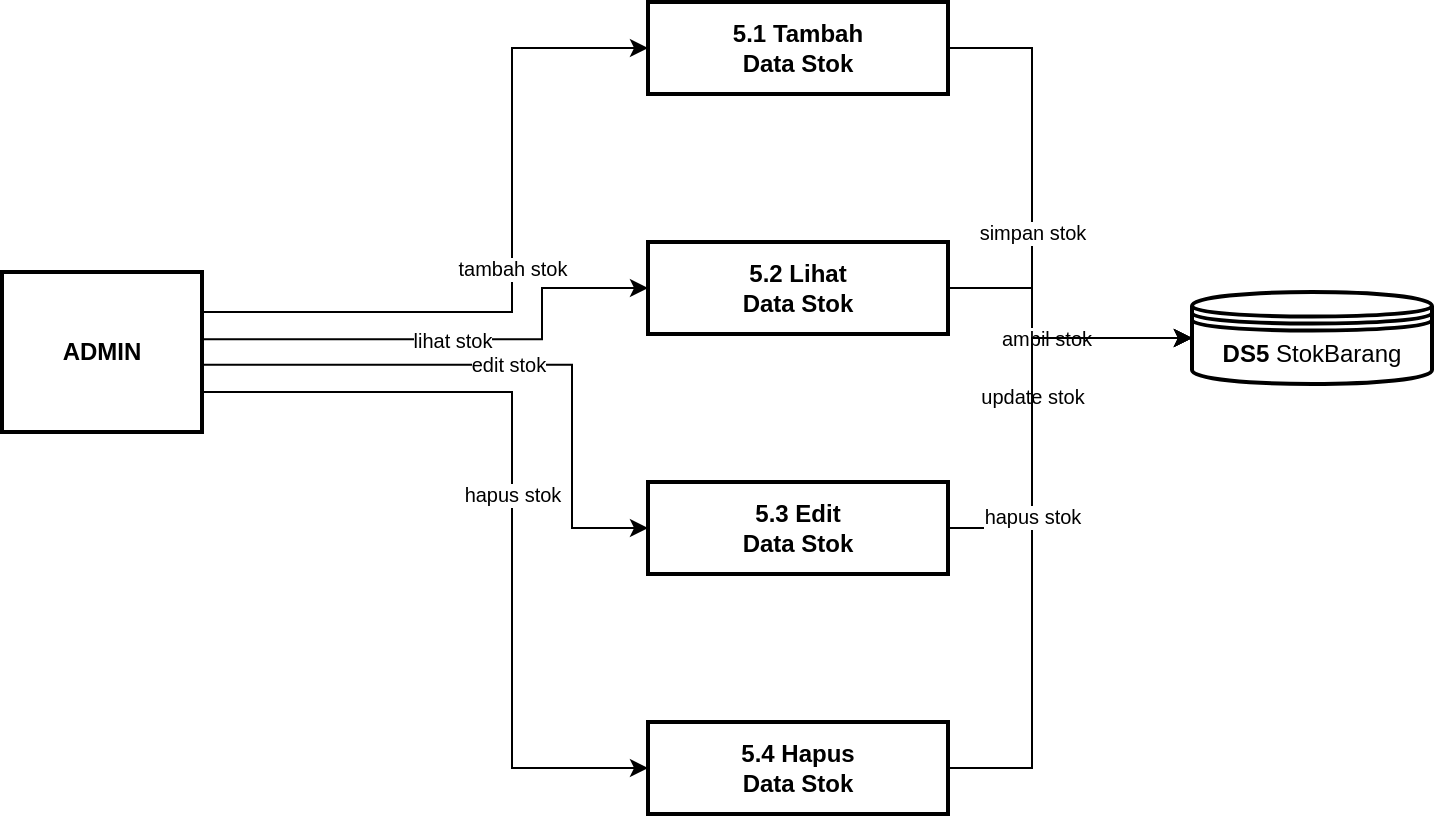
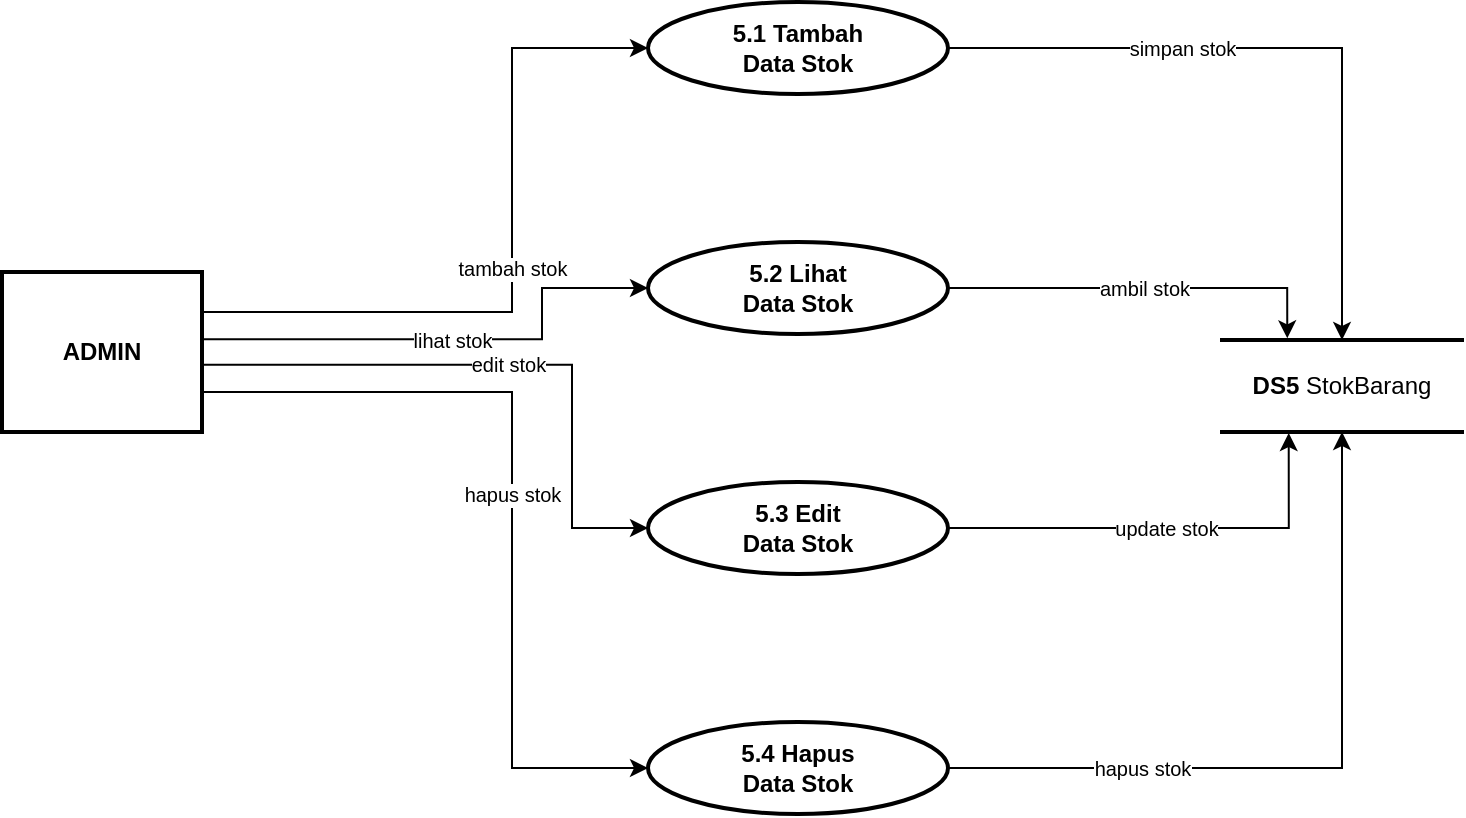
<mxfile host="app.diagrams.net">
-   <diagram name="Halaman-1" id="d6">
-     <mxGraphModel dx="1030" dy="1008" grid="0" gridSize="10" guides="1" tooltips="1" connect="1" arrows="1" fold="1" page="0" pageScale="1" pageWidth="900" pageHeight="600" math="0" shadow="0">
+   <diagram name="Halaman-1" id="fM0UbCrLWW6ai1Zt90ew">
+     <mxGraphModel>
      <root>
        <mxCell id="0" />
        <mxCell id="1" parent="0" />
-         <mxCell id="admin" parent="1" style="rounded=0;whiteSpace=wrap;html=1;fillColor=#FFFFFF;strokeColor=#000000;fontColor=#000000;strokeWidth=2;" value="&lt;b&gt;ADMIN&lt;/b&gt;" vertex="1">
-           <mxGeometry height="80" width="100" x="-95" y="185" as="geometry" />
-         </mxCell>
-         <mxCell id="p51" parent="1" style="rounded=0;whiteSpace=wrap;html=1;fillColor=#FFFFFF;strokeColor=#000000;fontColor=#000000;strokeWidth=2;" value="&lt;b&gt;5.1 Tambah&lt;br&gt;Data Stok&lt;/b&gt;" vertex="1">
-           <mxGeometry height="46" width="150" x="228" y="50" as="geometry" />
-         </mxCell>
-         <mxCell id="p52" parent="1" style="rounded=0;whiteSpace=wrap;html=1;fillColor=#FFFFFF;strokeColor=#000000;fontColor=#000000;strokeWidth=2;" value="&lt;b&gt;5.2 Lihat&lt;br&gt;Data Stok&lt;/b&gt;" vertex="1">
-           <mxGeometry height="46" width="150" x="228" y="170" as="geometry" />
-         </mxCell>
-         <mxCell id="p53" parent="1" style="rounded=0;whiteSpace=wrap;html=1;fillColor=#FFFFFF;strokeColor=#000000;fontColor=#000000;strokeWidth=2;" value="&lt;b&gt;5.3 Edit&lt;br&gt;Data Stok&lt;/b&gt;" vertex="1">
-           <mxGeometry height="46" width="150" x="228" y="290" as="geometry" />
-         </mxCell>
-         <mxCell id="p54" parent="1" style="rounded=0;whiteSpace=wrap;html=1;fillColor=#FFFFFF;strokeColor=#000000;fontColor=#000000;strokeWidth=2;" value="&lt;b&gt;5.4 Hapus&lt;br&gt;Data Stok&lt;/b&gt;" vertex="1">
-           <mxGeometry height="46" width="150" x="228" y="410" as="geometry" />
-         </mxCell>
-         <mxCell id="ds5" parent="1" style="shape=datastore;whiteSpace=wrap;html=1;fillColor=#FFFFFF;strokeColor=#000000;fontColor=#000000;strokeWidth=2;" value="&lt;b&gt;DS5&lt;/b&gt; StokBarang" vertex="1">
-           <mxGeometry height="46" width="120" x="500" y="195" as="geometry" />
+ 
+         <mxCell id="2" parent="1" style="rounded=0;whiteSpace=wrap;html=1;fillColor=#FFFFFF;strokeColor=#000000;fontColor=#000000;strokeWidth=2;" value="&lt;b&gt;ADMIN&lt;/b&gt;" vertex="1">
+           <mxGeometry height="80" width="100" x="660" y="1195" as="geometry" />
        </mxCell>

-         <mxCell id="a1" edge="1" parent="1" source="admin" style="html=1;fontColor=#000000;strokeColor=#000000;fontSize=10;exitX=1;exitY=0.25;edgeStyle=orthogonalEdgeStyle;curved=0;exitDx=0;exitDy=0;rounded=0;" target="p51" value="tambah stok">
+         <mxCell id="3" parent="1" style="ellipse;whiteSpace=wrap;html=1;fillColor=#FFFFFF;strokeColor=#000000;fontColor=#000000;strokeWidth=2;" value="&lt;b&gt;5.1 Tambah&lt;br&gt;Data Stok&lt;/b&gt;" vertex="1">
+           <mxGeometry height="46" width="150" x="983" y="1060" as="geometry" />
+         </mxCell>
+         <mxCell id="4" parent="1" style="ellipse;whiteSpace=wrap;html=1;fillColor=#FFFFFF;strokeColor=#000000;fontColor=#000000;strokeWidth=2;" value="&lt;b&gt;5.2 Lihat&lt;br&gt;Data Stok&lt;/b&gt;" vertex="1">
+           <mxGeometry height="46" width="150" x="983" y="1180" as="geometry" />
+         </mxCell>
+         <mxCell id="5" parent="1" style="ellipse;whiteSpace=wrap;html=1;fillColor=#FFFFFF;strokeColor=#000000;fontColor=#000000;strokeWidth=2;" value="&lt;b&gt;5.3 Edit&lt;br&gt;Data Stok&lt;/b&gt;" vertex="1">
+           <mxGeometry height="46" width="150" x="983" y="1300" as="geometry" />
+         </mxCell>
+         <mxCell id="6" parent="1" style="ellipse;whiteSpace=wrap;html=1;fillColor=#FFFFFF;strokeColor=#000000;fontColor=#000000;strokeWidth=2;" value="&lt;b&gt;5.4 Hapus&lt;br&gt;Data Stok&lt;/b&gt;" vertex="1">
+           <mxGeometry height="46" width="150" x="983" y="1420" as="geometry" />
+         </mxCell>
+ 
+         <mxCell id="7" parent="1" style="shape=partialRectangle;right=0;left=0;whiteSpace=wrap;html=1;fillColor=#FFFFFF;strokeColor=#000000;fontColor=#000000;strokeWidth=2;" value="&lt;b&gt;DS5&lt;/b&gt; StokBarang" vertex="1">
+           <mxGeometry height="46" width="120" x="1270" y="1229" as="geometry" />
+         </mxCell>
+ 
+         <mxCell id="8" edge="1" parent="1" source="2" style="html=1;fontColor=#000000;strokeColor=#000000;fontSize=10;exitX=1;exitY=0.25;edgeStyle=orthogonalEdgeStyle;curved=0;exitDx=0;exitDy=0;rounded=0;" target="3" value="tambah stok">
          <mxGeometry relative="1" as="geometry">
-             <Array as="points">
-               <mxPoint x="160" y="205" />
-               <mxPoint x="160" y="73" />
-             </Array>
+             <Array as="points"><mxPoint x="915" y="1215" /><mxPoint x="915" y="1083" /></Array>
          </mxGeometry>
        </mxCell>
-         <mxCell id="a2" edge="1" parent="1" source="admin" style="html=1;fontColor=#000000;strokeColor=#000000;fontSize=10;exitX=1;exitY=0.42;edgeStyle=orthogonalEdgeStyle;curved=0;exitDx=0;exitDy=0;rounded=0;" target="p52" value="lihat stok">
+         <mxCell id="9" edge="1" parent="1" source="2" style="html=1;fontColor=#000000;strokeColor=#000000;fontSize=10;exitX=1;exitY=0.42;edgeStyle=orthogonalEdgeStyle;curved=0;exitDx=0;exitDy=0;rounded=0;" target="4" value="lihat stok">
          <mxGeometry relative="1" as="geometry">
-             <Array as="points">
-               <mxPoint x="175" y="219" />
-               <mxPoint x="175" y="193" />
-             </Array>
+             <Array as="points"><mxPoint x="930" y="1229" /><mxPoint x="930" y="1203" /></Array>
          </mxGeometry>
        </mxCell>
-         <mxCell id="a3" edge="1" parent="1" source="admin" style="html=1;fontColor=#000000;strokeColor=#000000;fontSize=10;exitX=1;exitY=0.58;edgeStyle=orthogonalEdgeStyle;curved=0;exitDx=0;exitDy=0;rounded=0;" target="p53" value="edit stok">
+         <mxCell id="10" edge="1" parent="1" source="2" style="html=1;fontColor=#000000;strokeColor=#000000;fontSize=10;exitX=1;exitY=0.58;edgeStyle=orthogonalEdgeStyle;curved=0;exitDx=0;exitDy=0;rounded=0;" target="5" value="edit stok">
          <mxGeometry relative="1" as="geometry">
-             <Array as="points">
-               <mxPoint x="190" y="231" />
-               <mxPoint x="190" y="313" />
-             </Array>
+             <Array as="points"><mxPoint x="945" y="1241" /><mxPoint x="945" y="1323" /></Array>
          </mxGeometry>
        </mxCell>
-         <mxCell id="a4" edge="1" parent="1" source="admin" style="html=1;fontColor=#000000;strokeColor=#000000;fontSize=10;exitX=1;exitY=0.75;edgeStyle=orthogonalEdgeStyle;curved=0;exitDx=0;exitDy=0;rounded=0;" target="p54" value="hapus stok">
+         <mxCell id="11" edge="1" parent="1" source="2" style="html=1;fontColor=#000000;strokeColor=#000000;fontSize=10;exitX=1;exitY=0.75;edgeStyle=orthogonalEdgeStyle;curved=0;exitDx=0;exitDy=0;rounded=0;" target="6" value="hapus stok">
          <mxGeometry relative="1" as="geometry">
-             <Array as="points">
-               <mxPoint x="160" y="245" />
-               <mxPoint x="160" y="433" />
-             </Array>
+             <Array as="points"><mxPoint x="915" y="1255" /><mxPoint x="915" y="1443" /></Array>
          </mxGeometry>
        </mxCell>
- 
-         <mxCell id="d1" edge="1" parent="1" source="p51" style="html=1;fontColor=#000000;strokeColor=#000000;fontSize=10;exitX=1;exitY=0.5;edgeStyle=orthogonalEdgeStyle;curved=0;exitDx=0;exitDy=0;rounded=0;" target="ds5" value="simpan stok">
-           <mxGeometry relative="1" as="geometry">
-             <Array as="points">
-               <mxPoint x="420" y="73" />
-               <mxPoint x="420" y="218" />
-               <mxPoint x="500" y="218" />
-             </Array>
+         <mxCell id="12" edge="1" parent="1" source="3" style="html=1;fontColor=#000000;strokeColor=#000000;fontSize=10;exitX=1;exitY=0.5;edgeStyle=orthogonalEdgeStyle;curved=0;exitDx=0;exitDy=0;rounded=0;" target="7" value="simpan stok">
+           <mxGeometry relative="1" x="-0.3178" as="geometry">
+             <mxPoint as="offset" />
+             <Array as="points"><mxPoint x="1330" y="1083" /></Array>
          </mxGeometry>
        </mxCell>
-         <mxCell id="d2" edge="1" parent="1" source="p52" style="html=1;fontColor=#000000;strokeColor=#000000;fontSize=10;exitX=1;exitY=0.5;edgeStyle=orthogonalEdgeStyle;curved=0;exitDx=0;exitDy=0;rounded=0;" target="ds5" value="ambil stok">
+         <mxCell id="13" edge="1" parent="1" source="4" style="html=1;fontColor=#000000;strokeColor=#000000;fontSize=10;exitX=1;exitY=0.5;edgeStyle=orthogonalEdgeStyle;curved=0;exitDx=0;exitDy=0;rounded=0;entryX=0.272;entryY=-0.018;entryDx=0;entryDy=0;entryPerimeter=0;" target="7" value="ambil stok">
          <mxGeometry relative="1" as="geometry">
-             <Array as="points">
-               <mxPoint x="420" y="193" />
-               <mxPoint x="420" y="218" />
-               <mxPoint x="500" y="218" />
-             </Array>
+             <Array as="points"><mxPoint x="1303" y="1203" /></Array>
          </mxGeometry>
        </mxCell>
-         <mxCell id="d3" edge="1" parent="1" source="p53" style="html=1;fontColor=#000000;strokeColor=#000000;fontSize=10;exitX=1;exitY=0.5;edgeStyle=orthogonalEdgeStyle;curved=0;exitDx=0;exitDy=0;rounded=0;" target="ds5" value="update stok">
+         <mxCell id="14" edge="1" parent="1" source="5" style="html=1;fontColor=#000000;strokeColor=#000000;fontSize=10;exitX=1;exitY=0.5;edgeStyle=orthogonalEdgeStyle;curved=0;exitDx=0;exitDy=0;rounded=0;entryX=0.278;entryY=1.011;entryDx=0;entryDy=0;entryPerimeter=0;" target="7" value="update stok">
          <mxGeometry relative="1" as="geometry">
-             <Array as="points">
-               <mxPoint x="420" y="313" />
-               <mxPoint x="420" y="218" />
-               <mxPoint x="500" y="218" />
-             </Array>
+             <Array as="points"><mxPoint x="1303" y="1323" /></Array>
          </mxGeometry>
        </mxCell>
-         <mxCell id="d4" edge="1" parent="1" source="p54" style="html=1;fontColor=#000000;strokeColor=#000000;fontSize=10;exitX=1;exitY=0.5;edgeStyle=orthogonalEdgeStyle;curved=0;exitDx=0;exitDy=0;rounded=0;" target="ds5" value="hapus stok">
-           <mxGeometry relative="1" as="geometry">
-             <Array as="points">
-               <mxPoint x="420" y="433" />
-               <mxPoint x="420" y="218" />
-               <mxPoint x="500" y="218" />
-             </Array>
+         <mxCell id="15" edge="1" parent="1" source="6" style="html=1;fontColor=#000000;strokeColor=#000000;fontSize=10;exitX=1;exitY=0.5;edgeStyle=orthogonalEdgeStyle;curved=0;exitDx=0;exitDy=0;rounded=0;" target="7" value="hapus stok">
+           <mxGeometry relative="1" x="-0.4685" as="geometry">
+             <mxPoint as="offset" />
+             <Array as="points"><mxPoint x="1330" y="1443" /></Array>
          </mxGeometry>
        </mxCell>
      </root>
    </mxGraphModel>
  </diagram>
- </mxfile>
+ </mxfile>